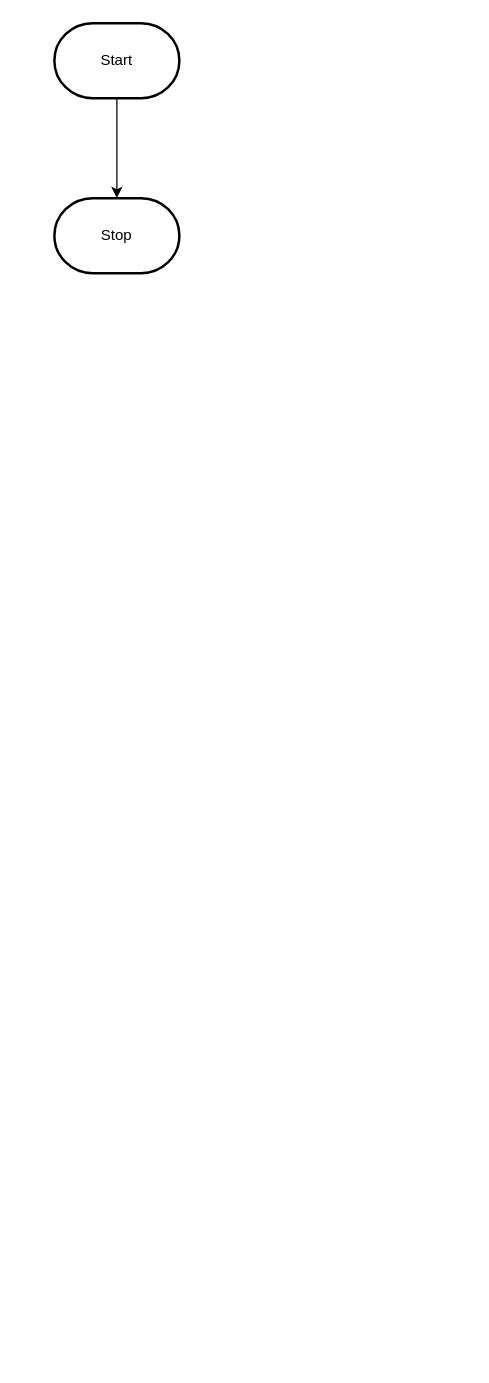
Above: design/flowchart.drawio in MTHS-ICD2O-1-2023/ICD2O-Unit-5-06-kai-nguyen-4 (draw.io), before the change. Source tidied: cells renumbered, new cells numbered last; positions are measured from the earlier drawing's top-left corner, leaving out a move shared by most shapes. Both pictures are drawn from the tidied source at 125%, with x=0, y=0 at pixel (54, 22).
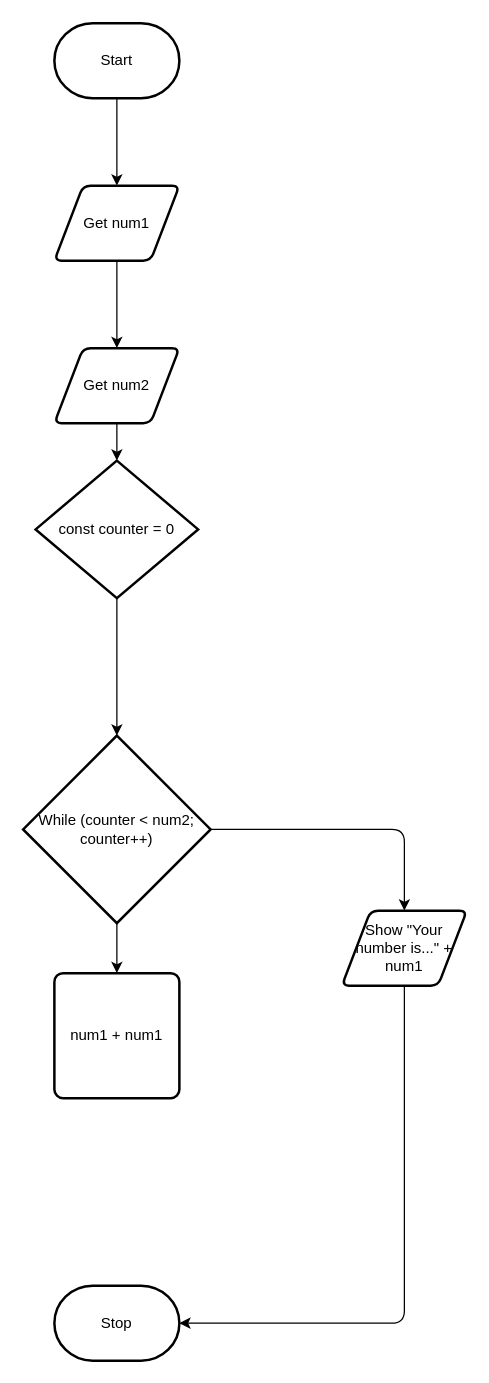
The same page after the edit.

What changed in the source:
```diff
@@
 <mxGraphModel>
   <root>
     <mxCell id="0" />
     <mxCell id="1" parent="0" />
-    <mxCell id="2" style="edgeStyle=orthogonalEdgeStyle;html=1;rounded=0;" parent="1" edge="1" source="3" target="4">
-      <mxGeometry relative="1" as="geometry" />
-    </mxCell>
+    <mxCell id="5" style="edgeStyle=none;html=1;" parent="1" edge="1" source="3" target="2">
+      <mxGeometry relative="1" as="geometry" />
+    </mxCell>
     <mxCell id="3" value="Start" style="strokeWidth=2;html=1;shape=mxgraph.flowchart.terminator;whiteSpace=wrap;" parent="1" vertex="1">
       <mxGeometry width="100" height="60" as="geometry" />
     </mxCell>
     <mxCell id="4" value="Stop" style="strokeWidth=2;html=1;shape=mxgraph.flowchart.terminator;whiteSpace=wrap;" parent="1" vertex="1">
-      <mxGeometry y="140" width="100" height="60" as="geometry" />
+      <mxGeometry y="1010" width="100" height="60" as="geometry" />
     </mxCell>
+    <mxCell id="6" style="edgeStyle=none;html=1;" parent="1" edge="1" source="2" target="8">
+      <mxGeometry relative="1" as="geometry" />
+    </mxCell>
+    <mxCell id="2" value="Get num1" style="shape=parallelogram;html=1;strokeWidth=2;perimeter=parallelogramPerimeter;whiteSpace=wrap;rounded=1;arcSize=12;size=0.23;" parent="1" vertex="1">
+      <mxGeometry y="130" width="100" height="60" as="geometry" />
+    </mxCell>
+    <mxCell id="7" style="edgeStyle=none;html=1;entryX=0.5;entryY=0;entryDx=0;entryDy=0;entryPerimeter=0;" parent="1" edge="1" source="8" target="13">
+      <mxGeometry relative="1" as="geometry" />
+    </mxCell>
+    <mxCell id="8" value="Get num2" style="shape=parallelogram;html=1;strokeWidth=2;perimeter=parallelogramPerimeter;whiteSpace=wrap;rounded=1;arcSize=12;size=0.23;" parent="1" vertex="1">
+      <mxGeometry y="260" width="100" height="60" as="geometry" />
+    </mxCell>
+    <mxCell id="9" style="edgeStyle=none;html=1;entryX=0.5;entryY=0;entryDx=0;entryDy=0;" parent="1" edge="1" source="11" target="14">
+      <mxGeometry relative="1" as="geometry" />
+    </mxCell>
+    <mxCell id="10" style="edgeStyle=orthogonalEdgeStyle;html=1;entryX=0.5;entryY=0;entryDx=0;entryDy=0;" parent="1" edge="1" source="11" target="16">
+      <mxGeometry relative="1" as="geometry" />
+    </mxCell>
+    <mxCell id="11" value="While (counter &amp;lt; num2; counter++)" style="strokeWidth=2;html=1;shape=mxgraph.flowchart.decision;whiteSpace=wrap;" parent="1" vertex="1">
+      <mxGeometry x="-25" y="570" width="150" height="150" as="geometry" />
+    </mxCell>
+    <mxCell id="12" style="edgeStyle=none;html=1;" parent="1" edge="1" source="13" target="11">
+      <mxGeometry relative="1" as="geometry" />
+    </mxCell>
+    <mxCell id="13" value="const counter = 0" style="strokeWidth=2;html=1;shape=mxgraph.flowchart.decision;whiteSpace=wrap;" parent="1" vertex="1">
+      <mxGeometry x="-15" y="350" width="130" height="110" as="geometry" />
+    </mxCell>
+    <mxCell id="14" value="num1 + num1" style="rounded=1;whiteSpace=wrap;html=1;absoluteArcSize=1;arcSize=14;strokeWidth=2;" parent="1" vertex="1">
+      <mxGeometry y="760" width="100" height="100" as="geometry" />
+    </mxCell>
+    <mxCell id="15" style="edgeStyle=orthogonalEdgeStyle;html=1;entryX=1;entryY=0.5;entryDx=0;entryDy=0;entryPerimeter=0;" parent="1" edge="1" source="16" target="4">
+      <mxGeometry relative="1" as="geometry">
+        <Array as="points">
+          <mxPoint x="280" y="1040" />
+        </Array>
+      </mxGeometry>
+    </mxCell>
+    <mxCell id="16" value="Show &quot;Your number is...&quot; + num1" style="shape=parallelogram;html=1;strokeWidth=2;perimeter=parallelogramPerimeter;whiteSpace=wrap;rounded=1;arcSize=12;size=0.23;" parent="1" vertex="1">
+      <mxGeometry x="230" y="710" width="100" height="60" as="geometry" />
+    </mxCell>
   </root>
 </mxGraphModel>
```
